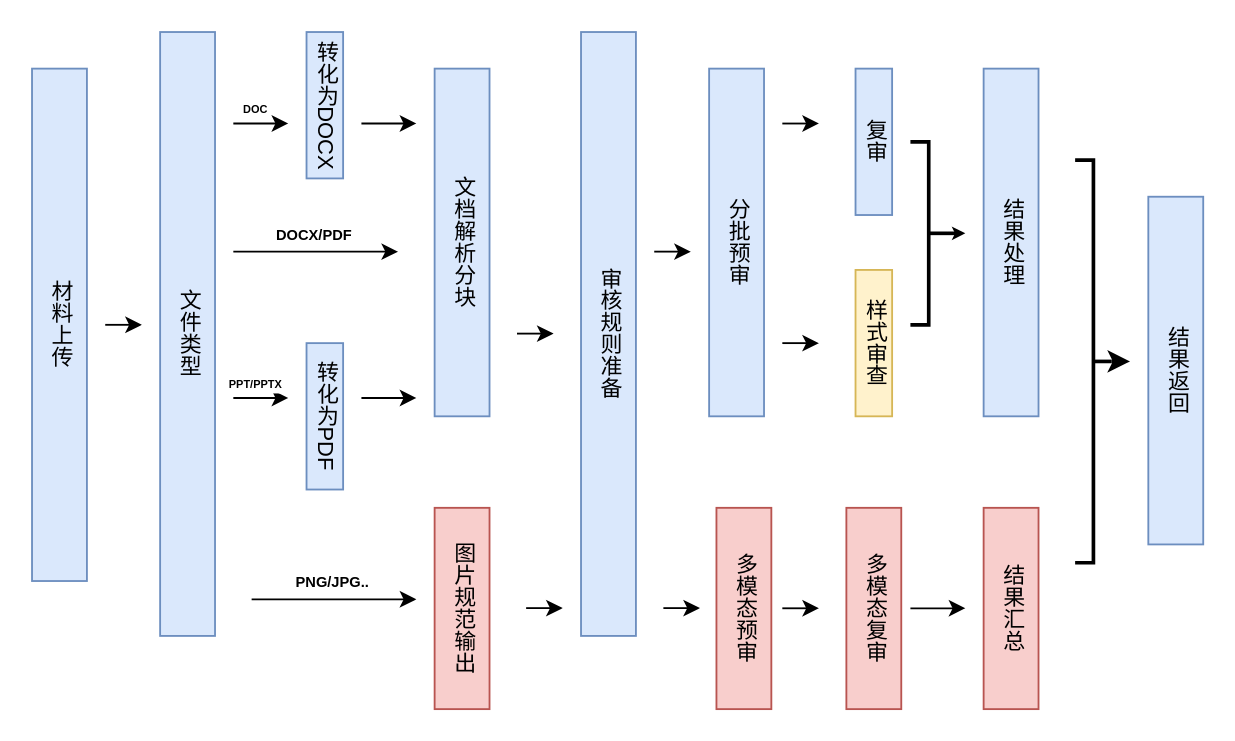
xddd123456/svg keeps this draw.io diagram as page "第 1 页" (1 of 5) of 未命名绘图.drawio. Above is the earlier version. Source tidied: cells renumbered, new cells numbered last; positions are measured from the earlier drawing's top-left corner, leaving out a move shared by most shapes. Both pictures are drawn from the tidied source at 183%, with x=0, y=0 at pixel (31, 31).
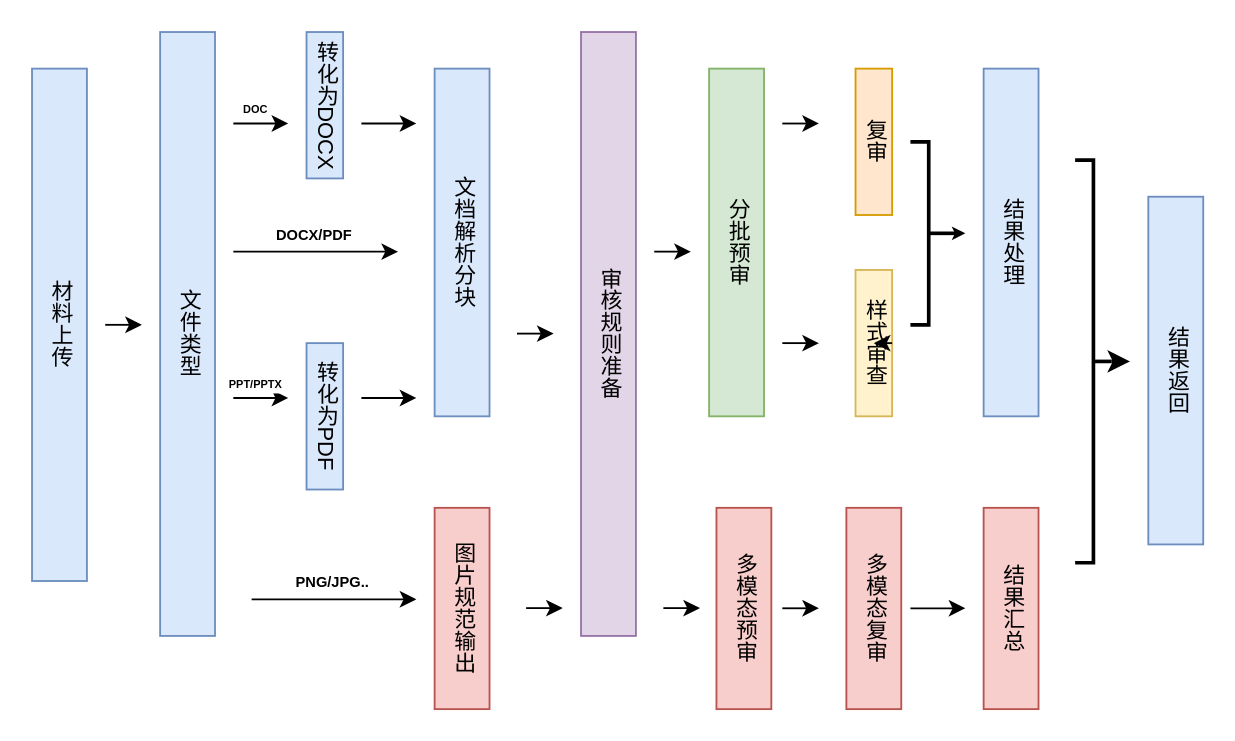
The same page after the edit.

Unchanged cells that the change refers to:
```xml
<mxCell id="25" value="样式审查" style="rounded=0;whiteSpace=wrap;html=1;fontFamily=Helvetica;fontSize=12;fontStyle=0;align=center;verticalAlign=middle;textDirection=vertical-lr;fillColor=#fff2cc;strokeColor=#d6b656;" parent="1" vertex="1">
  <mxGeometry x="450" y="130" width="20" height="80" as="geometry" />
</mxCell>
```

The edit, as a diff of the source:
```diff
@@
-    <mxCell id="19" value="审核规则准备" style="rounded=0;whiteSpace=wrap;html=1;fontFamily=Helvetica;fontSize=12;fontStyle=0;align=center;verticalAlign=middle;textDirection=vertical-lr;fillColor=#dae8fc;strokeColor=#6c8ebf;" parent="1" vertex="1">
+    <mxCell id="19" value="审核规则准备" style="rounded=0;whiteSpace=wrap;html=1;fontFamily=Helvetica;fontSize=12;fontStyle=0;align=center;verticalAlign=middle;textDirection=vertical-lr;fillColor=#e1d5e7;strokeColor=#9673a6;" parent="1" vertex="1">
       <mxGeometry x="300" width="30" height="330" as="geometry" />
     </mxCell>
@@
-    <mxCell id="21" value="分批预审" style="rounded=0;whiteSpace=wrap;html=1;fontFamily=Helvetica;fontSize=12;fontStyle=0;align=center;verticalAlign=middle;textDirection=vertical-lr;fillColor=#dae8fc;strokeColor=#6c8ebf;" parent="1" vertex="1">
+    <mxCell id="21" value="分批预审" style="rounded=0;whiteSpace=wrap;html=1;fontFamily=Helvetica;fontSize=12;fontStyle=0;align=center;verticalAlign=middle;textDirection=vertical-lr;fillColor=#d5e8d4;strokeColor=#82b366;" parent="1" vertex="1">
       <mxGeometry x="370" y="20" width="30" height="190" as="geometry" />
     </mxCell>
@@
-    <mxCell id="24" value="复审" style="rounded=0;whiteSpace=wrap;html=1;fontFamily=Helvetica;fontSize=12;fontStyle=0;align=center;verticalAlign=middle;textDirection=vertical-lr;fillColor=#dae8fc;strokeColor=#6c8ebf;" parent="1" vertex="1">
+    <mxCell id="24" value="复审" style="rounded=0;whiteSpace=wrap;html=1;fontFamily=Helvetica;fontSize=12;fontStyle=0;align=center;verticalAlign=middle;textDirection=vertical-lr;fillColor=#ffe6cc;strokeColor=#d79b00;" parent="1" vertex="1">
       <mxGeometry x="450" y="20" width="20" height="80" as="geometry" />
     </mxCell>
@@
+    <mxCell id="40" style="edgeStyle=orthogonalEdgeStyle;rounded=0;orthogonalLoop=1;jettySize=auto;html=1;innerLoopWaypoints=1;exitX=1;exitY=0.5;exitDx=0;exitDy=0;entryX=0.5;entryY=0.5;entryDx=0;entryDy=0;entryPerimeter=0;" parent="1" edge="1" source="25" target="25">
+      <mxGeometry relative="1" as="geometry" />
+    </mxCell>
```
